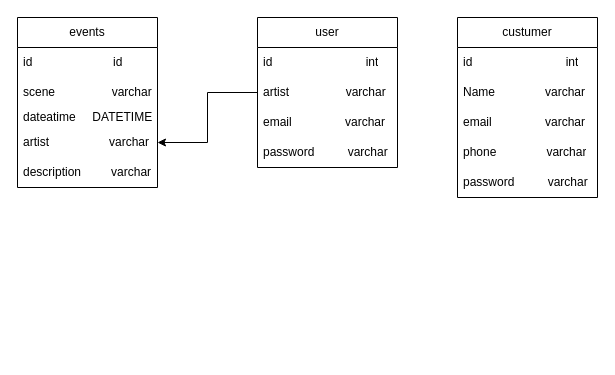
Antwarn/Informatik-eksamen keeps this draw.io diagram as Database diagram.drawio. Above is the earlier version. Source tidied: cells renumbered, new cells numbered last; positions are measured from the earlier drawing's top-left corner, leaving out a move shared by most shapes. Both pictures are drawn from the tidied source at 100%, with x=0, y=0 at pixel (17, 17).
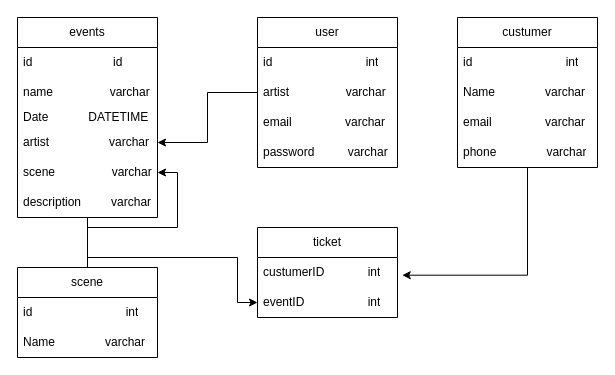
The same diagram, later.

Change to the diagram source:
```diff
@@
+    <mxCell id="20" style="edgeStyle=orthogonalEdgeStyle;rounded=0;jettySize=auto;html=1;entryX=0;entryY=0.5;entryDx=0;entryDy=0;" parent="1" edge="1" source="2" target="28">
+      <mxGeometry relative="1" as="geometry">
+        <Array as="points">
+          <mxPoint x="70" y="240" />
+          <mxPoint x="220" y="240" />
+          <mxPoint x="220" y="285" />
+        </Array>
+      </mxGeometry>
+    </mxCell>
     <mxCell id="2" value="events" style="swimlane;fontStyle=0;horizontal=1;startSize=30;whiteSpace=wrap;html=1;" parent="1" vertex="1">
-      <mxGeometry width="140" height="170" as="geometry" />
+      <mxGeometry width="140" height="200" as="geometry" />
     </mxCell>
@@
-    <mxCell id="4" value="scene&amp;nbsp; &amp;nbsp; &amp;nbsp; &amp;nbsp; &amp;nbsp; &amp;nbsp; &amp;nbsp; &amp;nbsp; &amp;nbsp;varchar" style="text;strokeColor=none;fillColor=none;align=left;verticalAlign=middle;spacingLeft=4;spacingRight=4;overflow=hidden;whiteSpace=wrap;html=1;" parent="2" vertex="1">
+    <mxCell id="4" value="name&amp;nbsp; &amp;nbsp; &amp;nbsp; &amp;nbsp; &amp;nbsp; &amp;nbsp; &amp;nbsp; &amp;nbsp; &amp;nbsp;varchar" style="text;strokeColor=none;fillColor=none;align=left;verticalAlign=middle;spacingLeft=4;spacingRight=4;overflow=hidden;whiteSpace=wrap;html=1;" parent="2" vertex="1">
       <mxGeometry y="60" width="140" height="30" as="geometry" />
     </mxCell>
-    <mxCell id="5" value="dateatime&amp;nbsp; &amp;nbsp; &amp;nbsp;DATETIME" style="text;strokeColor=none;fillColor=none;align=left;verticalAlign=middle;spacingLeft=4;spacingRight=4;overflow=hidden;whiteSpace=wrap;html=1;" parent="2" vertex="1">
+    <mxCell id="5" value="Date&amp;nbsp; &amp;nbsp; &amp;nbsp; &amp;nbsp; &amp;nbsp; &amp;nbsp; DATETIME" style="text;strokeColor=none;fillColor=none;align=left;verticalAlign=middle;spacingLeft=4;spacingRight=4;overflow=hidden;whiteSpace=wrap;html=1;" parent="2" vertex="1">
       <mxGeometry y="90" width="140" height="20" as="geometry" />
     </mxCell>
@@
+    <mxCell id="21" value="scene&amp;nbsp; &amp;nbsp; &amp;nbsp; &amp;nbsp; &amp;nbsp; &amp;nbsp; &amp;nbsp; &amp;nbsp; &amp;nbsp;varchar" style="text;strokeColor=none;fillColor=none;align=left;verticalAlign=middle;spacingLeft=4;spacingRight=4;overflow=hidden;points=[[0,0.5],[1,0.5]];portConstraint=eastwest;whiteSpace=wrap;html=1;" parent="2" vertex="1">
+      <mxGeometry y="140" width="140" height="30" as="geometry" />
+    </mxCell>
     <mxCell id="7" value="description&amp;nbsp; &amp;nbsp; &amp;nbsp; &amp;nbsp; &amp;nbsp;varchar" style="text;strokeColor=none;fillColor=none;align=left;verticalAlign=middle;spacingLeft=4;spacingRight=4;overflow=hidden;whiteSpace=wrap;html=1;" parent="2" vertex="1">
-      <mxGeometry y="140" width="140" height="30" as="geometry" />
+      <mxGeometry y="170" width="140" height="30" as="geometry" />
     </mxCell>
@@
     <mxCell id="14" value="custumer" style="swimlane;fontStyle=0;horizontal=1;startSize=30;whiteSpace=wrap;html=1;" parent="1" vertex="1">
-      <mxGeometry x="440" width="140" height="180" as="geometry" />
+      <mxGeometry x="440" width="140" height="150" as="geometry" />
     </mxCell>
@@
-    <mxCell id="19" value="password&amp;nbsp; &amp;nbsp; &amp;nbsp; &amp;nbsp; &amp;nbsp; varchar" style="text;strokeColor=none;fillColor=none;align=left;verticalAlign=middle;spacingLeft=4;spacingRight=4;overflow=hidden;whiteSpace=wrap;html=1;" parent="14" vertex="1">
-      <mxGeometry y="150" width="140" height="30" as="geometry" />
-    </mxCell>
+    <mxCell id="22" style="edgeStyle=orthogonalEdgeStyle;rounded=0;jettySize=auto;html=1;entryX=1;entryY=0.5;entryDx=0;entryDy=0;" parent="1" edge="1" source="23" target="21">
+      <mxGeometry relative="1" as="geometry" />
+    </mxCell>
+    <mxCell id="23" value="scene" style="swimlane;fontStyle=0;horizontal=1;startSize=30;whiteSpace=wrap;html=1;" parent="1" vertex="1">
+      <mxGeometry y="250" width="140" height="90" as="geometry" />
+    </mxCell>
+    <mxCell id="24" value="id&amp;nbsp; &amp;nbsp; &amp;nbsp; &amp;nbsp; &amp;nbsp; &amp;nbsp; &amp;nbsp; &amp;nbsp; &amp;nbsp; &amp;nbsp; &amp;nbsp; &amp;nbsp; &amp;nbsp; &amp;nbsp; int" style="text;strokeColor=none;fillColor=none;align=left;verticalAlign=middle;spacingLeft=4;spacingRight=4;overflow=hidden;whiteSpace=wrap;html=1;" parent="23" vertex="1">
+      <mxGeometry y="30" width="140" height="30" as="geometry" />
+    </mxCell>
+    <mxCell id="25" value="Name&amp;nbsp; &amp;nbsp; &amp;nbsp; &amp;nbsp; &amp;nbsp; &amp;nbsp; &amp;nbsp; &amp;nbsp;varchar" style="text;strokeColor=none;fillColor=none;align=left;verticalAlign=middle;spacingLeft=4;spacingRight=4;overflow=hidden;whiteSpace=wrap;html=1;" parent="23" vertex="1">
+      <mxGeometry y="60" width="140" height="30" as="geometry" />
+    </mxCell>
+    <mxCell id="26" value="ticket" style="swimlane;fontStyle=0;horizontal=1;startSize=30;whiteSpace=wrap;html=1;" parent="1" vertex="1">
+      <mxGeometry x="240" y="210" width="140" height="90" as="geometry" />
+    </mxCell>
+    <mxCell id="27" value="custumerID&amp;nbsp; &amp;nbsp; &amp;nbsp; &amp;nbsp; &amp;nbsp; &amp;nbsp; &amp;nbsp;int" style="text;strokeColor=none;fillColor=none;align=left;verticalAlign=middle;spacingLeft=4;spacingRight=4;overflow=hidden;points=[[0,0.5],[1,0.5]];portConstraint=eastwest;whiteSpace=wrap;html=1;" parent="26" vertex="1">
+      <mxGeometry y="30" width="140" height="30" as="geometry" />
+    </mxCell>
+    <mxCell id="28" value="eventID&amp;nbsp; &amp;nbsp; &amp;nbsp; &amp;nbsp; &amp;nbsp; &amp;nbsp; &amp;nbsp; &amp;nbsp; &amp;nbsp; &amp;nbsp;int" style="text;strokeColor=none;fillColor=none;align=left;verticalAlign=middle;spacingLeft=4;spacingRight=4;overflow=hidden;points=[[0,0.5],[1,0.5]];portConstraint=eastwest;whiteSpace=wrap;html=1;" parent="26" vertex="1">
+      <mxGeometry y="60" width="140" height="30" as="geometry" />
+    </mxCell>
+    <mxCell id="29" style="edgeStyle=orthogonalEdgeStyle;rounded=0;jettySize=auto;html=1;entryX=1.034;entryY=0.59;entryDx=0;entryDy=0;entryPerimeter=0;" parent="1" edge="1" source="14" target="27">
+      <mxGeometry relative="1" as="geometry" />
+    </mxCell>
```
